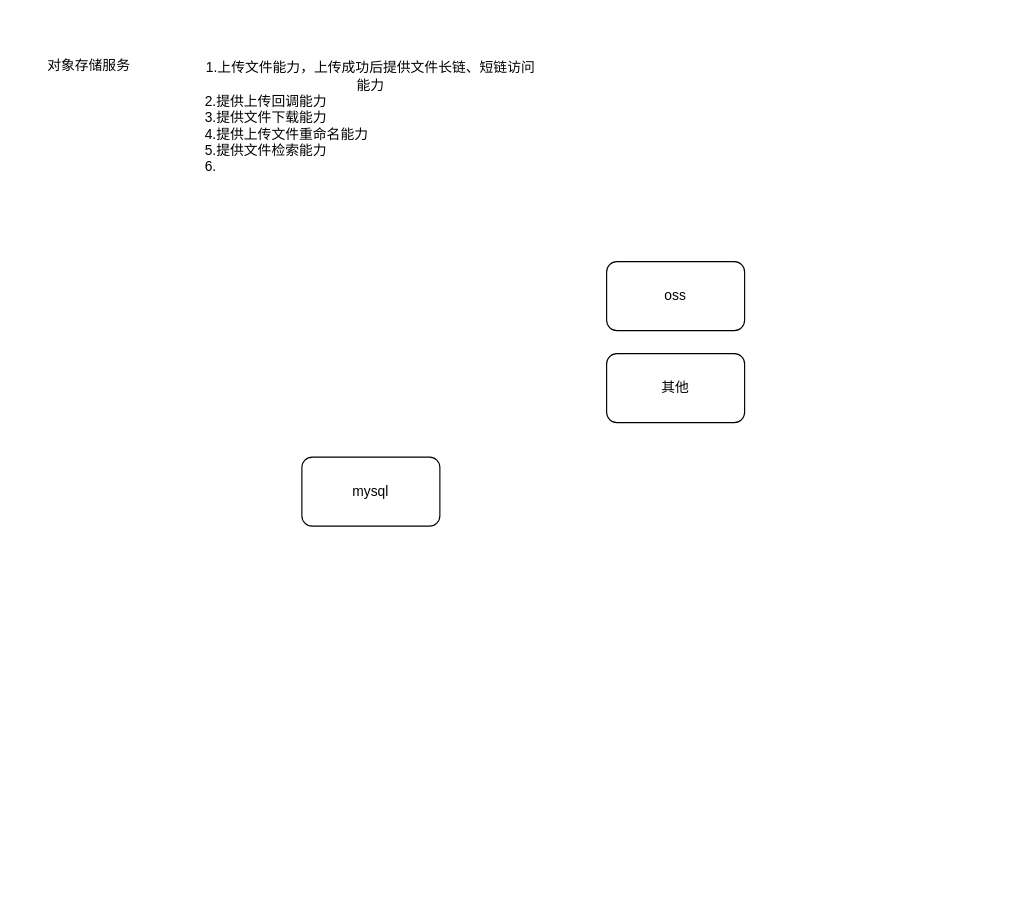
Before: 对象存储服务设计.drawio in hlk-kk/test1, a draw.io diagram. Source tidied: cells renumbered, new cells numbered last; positions are measured from the earlier drawing's top-left corner, leaving out a move shared by most shapes. Both pictures are drawn from the tidied source at 115%, with x=0, y=0 at pixel (20, 20).
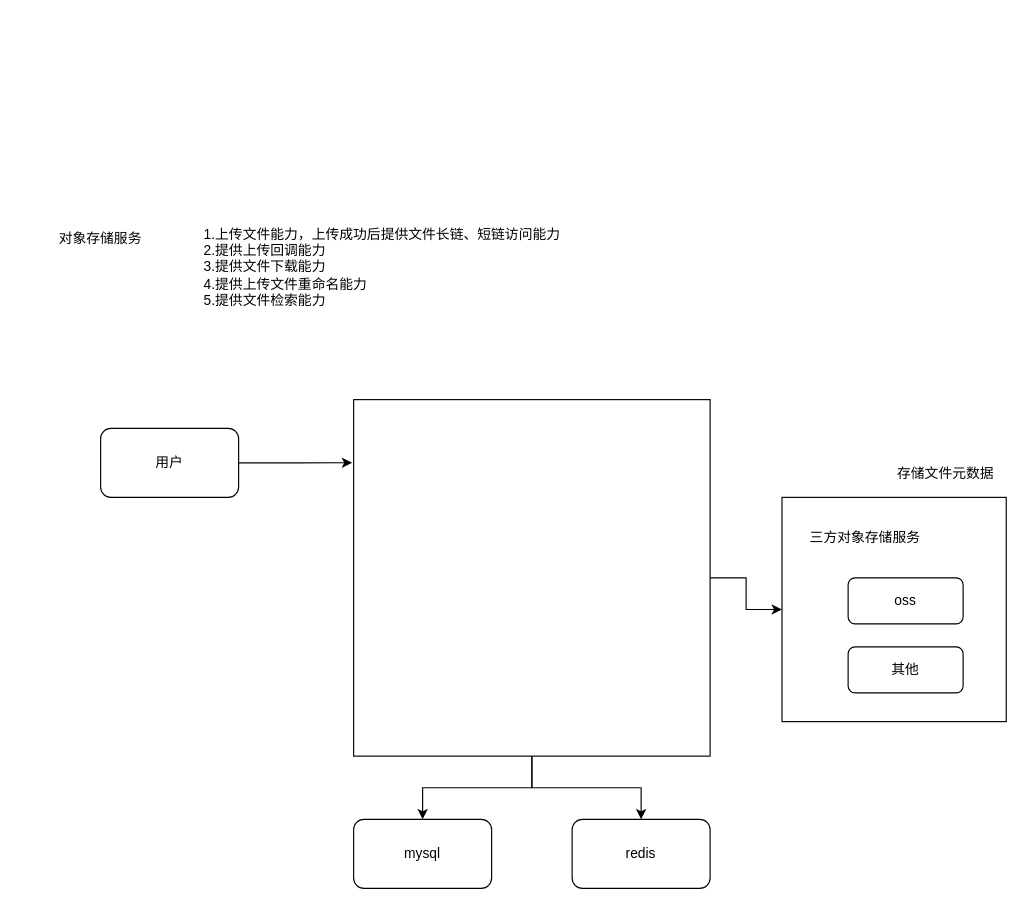
After the change.

Commit message (it also covers changes not shown here):
更新对象存储服务设计.drawio

What changed in the source:
```diff
@@
 <mxGraphModel>
   <root>
     <mxCell id="0" />
     <mxCell id="1" parent="0" />
+    <mxCell id="7" style="whiteSpace=wrap;html=1;" parent="1" vertex="1">
+      <mxGeometry x="662.5" y="415" width="195" height="195" as="geometry" />
+    </mxCell>
+    <mxCell id="8" style="edgeStyle=orthogonalEdgeStyle;rounded=0;jettySize=auto;html=1;entryX=0.5;entryY=0;entryDx=0;entryDy=0;" parent="1" edge="1" source="11" target="6">
+      <mxGeometry relative="1" as="geometry" />
+    </mxCell>
+    <mxCell id="9" style="edgeStyle=orthogonalEdgeStyle;rounded=0;jettySize=auto;html=1;" parent="1" edge="1" source="11" target="14">
+      <mxGeometry relative="1" as="geometry" />
+    </mxCell>
+    <mxCell id="10" style="edgeStyle=orthogonalEdgeStyle;rounded=0;jettySize=auto;html=1;" parent="1" edge="1" source="11" target="7">
+      <mxGeometry relative="1" as="geometry" />
+    </mxCell>
+    <mxCell id="11" style="whiteSpace=wrap;html=1;" parent="1" vertex="1">
+      <mxGeometry x="290" y="330" width="310" height="310" as="geometry" />
+    </mxCell>
     <mxCell id="2" value="oss" style="rounded=1;whiteSpace=wrap;html=1;" parent="1" vertex="1">
-      <mxGeometry x="510" y="210" width="120" height="60" as="geometry" />
+      <mxGeometry x="720" y="485" width="100" height="40" as="geometry" />
     </mxCell>
     <mxCell id="3" value="对象存储服务" style="text;html=1;strokeColor=none;fillColor=none;align=center;verticalAlign=middle;whiteSpace=wrap;rounded=0;" parent="1" vertex="1">
-      <mxGeometry y="20" width="120" height="40" as="geometry" />
+      <mxGeometry x="10" y="170" width="120" height="40" as="geometry" />
     </mxCell>
     <mxCell id="4" value="其他" style="rounded=1;whiteSpace=wrap;html=1;" parent="1" vertex="1">
-      <mxGeometry x="510" y="290" width="120" height="60" as="geometry" />
+      <mxGeometry x="720" y="545" width="100" height="40" as="geometry" />
     </mxCell>
-    <mxCell id="5" value="1.上传文件能力，上传成功后提供文件长链、短链访问能力&lt;br&gt;&lt;div style=&quot;text-align: left;&quot;&gt;&lt;span style=&quot;background-color: initial;&quot;&gt;2.提供上传回调能力&lt;/span&gt;&lt;/div&gt;&lt;div style=&quot;text-align: left;&quot;&gt;&lt;span style=&quot;background-color: initial;&quot;&gt;3.提供文件下载能力&lt;/span&gt;&lt;/div&gt;&lt;div style=&quot;text-align: left;&quot;&gt;&lt;span style=&quot;background-color: initial;&quot;&gt;4.提供上传文件重命名能力&lt;/span&gt;&lt;/div&gt;&lt;div style=&quot;text-align: left;&quot;&gt;&lt;span style=&quot;background-color: initial;&quot;&gt;5.提供文件检索能力&lt;/span&gt;&lt;/div&gt;&lt;div style=&quot;text-align: left;&quot;&gt;&lt;span style=&quot;background-color: initial;&quot;&gt;6.&lt;/span&gt;&lt;/div&gt;" style="text;html=1;strokeColor=none;fillColor=none;align=center;verticalAlign=middle;whiteSpace=wrap;rounded=0;" parent="1" vertex="1">
-      <mxGeometry x="160" width="290" height="170" as="geometry" />
+    <mxCell id="5" value="1.上传文件能力，上传成功后提供文件长链、短链访问能力&lt;br&gt;&lt;div style=&quot;text-align: left;&quot;&gt;&lt;span style=&quot;background-color: initial;&quot;&gt;2.提供上传回调能力&lt;/span&gt;&lt;/div&gt;&lt;div style=&quot;text-align: left;&quot;&gt;&lt;span style=&quot;background-color: initial;&quot;&gt;3.提供文件下载能力&lt;/span&gt;&lt;/div&gt;&lt;div style=&quot;text-align: left;&quot;&gt;&lt;span style=&quot;background-color: initial;&quot;&gt;4.提供上传文件重命名能力&lt;/span&gt;&lt;/div&gt;&lt;div style=&quot;text-align: left;&quot;&gt;&lt;span style=&quot;background-color: initial;&quot;&gt;5.提供文件检索能力&lt;/span&gt;&lt;/div&gt;" style="text;html=1;strokeColor=none;fillColor=none;align=center;verticalAlign=middle;whiteSpace=wrap;rounded=0;" parent="1" vertex="1">
+      <mxGeometry x="150" y="150" width="330" height="130" as="geometry" />
     </mxCell>
     <mxCell id="6" value="mysql" style="rounded=1;whiteSpace=wrap;html=1;" parent="1" vertex="1">
-      <mxGeometry x="245" y="380" width="120" height="60" as="geometry" />
+      <mxGeometry x="290" y="695" width="120" height="60" as="geometry" />
     </mxCell>
+    <mxCell id="12" style="edgeStyle=orthogonalEdgeStyle;rounded=0;jettySize=auto;html=1;entryX=-0.004;entryY=0.177;entryDx=0;entryDy=0;entryPerimeter=0;" parent="1" edge="1" source="13" target="11">
+      <mxGeometry relative="1" as="geometry" />
+    </mxCell>
+    <mxCell id="13" value="用户" style="rounded=1;whiteSpace=wrap;html=1;" parent="1" vertex="1">
+      <mxGeometry x="70" y="355" width="120" height="60" as="geometry" />
+    </mxCell>
+    <mxCell id="14" value="redis" style="rounded=1;whiteSpace=wrap;html=1;" parent="1" vertex="1">
+      <mxGeometry x="480" y="695" width="120" height="60" as="geometry" />
+    </mxCell>
+    <mxCell id="15" value="三方对象存储服务" style="text;html=1;strokeColor=none;fillColor=none;align=center;verticalAlign=middle;whiteSpace=wrap;rounded=0;" parent="1" vertex="1">
+      <mxGeometry x="680" y="435" width="110" height="30" as="geometry" />
+    </mxCell>
+    <mxCell id="16" value="存储文件元数据" style="text;html=1;strokeColor=none;fillColor=none;align=center;verticalAlign=middle;whiteSpace=wrap;rounded=0;" parent="1" vertex="1">
+      <mxGeometry x="750" y="380" width="110" height="30" as="geometry" />
+    </mxCell>
   </root>
 </mxGraphModel>
```
